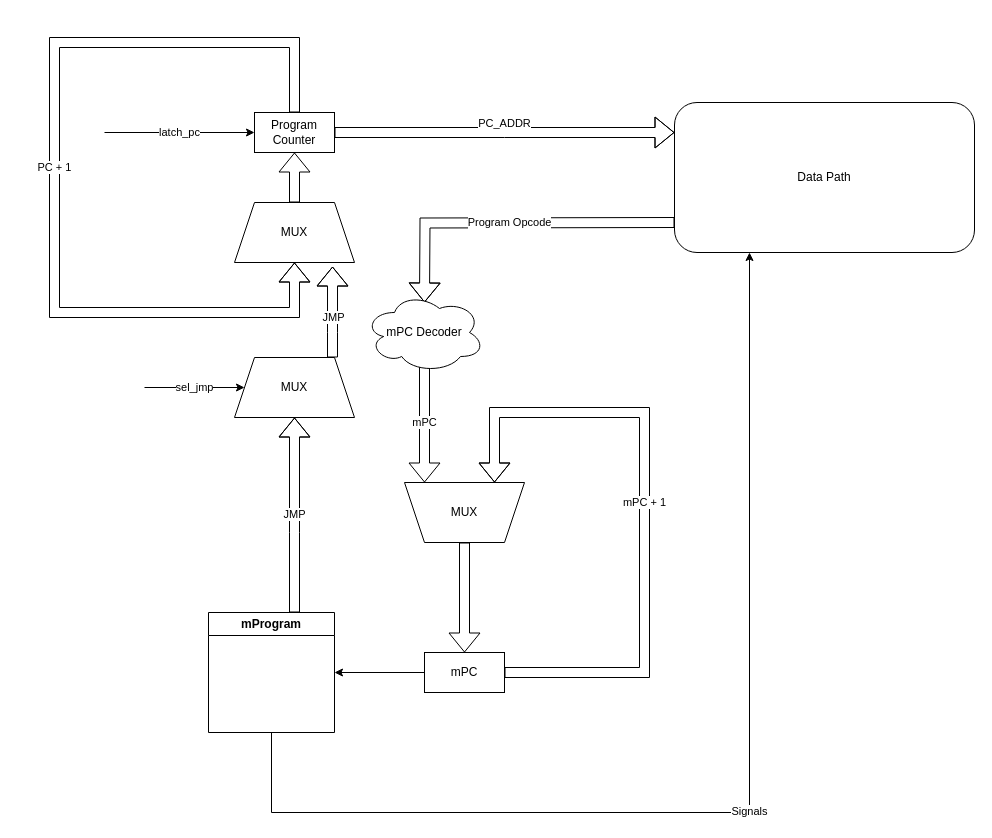
Earlier version of the draw.io diagram docs/schemes/cu.drawio (FEgor04/csa-lab3). Source tidied: cells renumbered, new cells numbered last; positions are measured from the earlier drawing's top-left corner, leaving out a move shared by most shapes. Both pictures are drawn from the tidied source at 100%, with x=0, y=0 at pixel (54, 42).
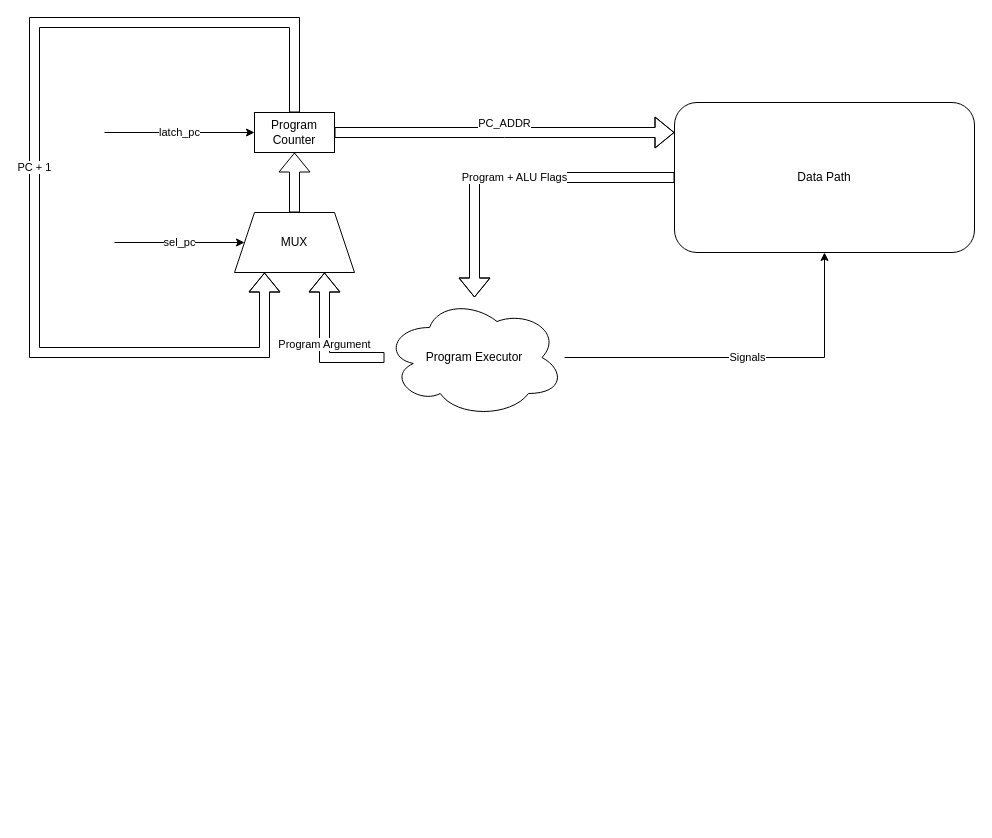
The same page after the edit.

Commit message (it also covers changes not shown here):
feat: add CU & Datapath schemes

The change refers to these unchanged cells:
```xml
<mxCell id="4" value="Program Counter" style="rounded=0;whiteSpace=wrap;html=1;" parent="1" vertex="1">
  <mxGeometry x="200" y="70" width="80" height="40" as="geometry" />
</mxCell>
<mxCell id="6" value="Data Path" style="rounded=1;whiteSpace=wrap;html=1;" parent="1" vertex="1">
  <mxGeometry x="620" y="60" width="300" height="150" as="geometry" />
</mxCell>
```

Diff of the diagram source:
```diff
@@
-    <mxCell id="3" value="PC + 1" style="edgeStyle=orthogonalEdgeStyle;rounded=0;jettySize=auto;html=1;entryX=0.5;entryY=1;entryDx=0;entryDy=0;shape=flexArrow;" parent="1" edge="1" source="4" target="21">
+    <mxCell id="3" value="PC + 1" style="edgeStyle=orthogonalEdgeStyle;rounded=0;jettySize=auto;html=1;shape=flexArrow;entryX=0.25;entryY=1;entryDx=0;entryDy=0;" parent="1" edge="1" source="4" target="28">
       <mxGeometry relative="1" as="geometry">
         <Array as="points">
-          <mxPoint x="240" />
-          <mxPoint />
-          <mxPoint y="270" />
-          <mxPoint x="240" y="270" />
+          <mxPoint x="240" y="-20" />
+          <mxPoint x="-20" y="-20" />
+          <mxPoint x="-20" y="310" />
+          <mxPoint x="210" y="310" />
         </Array>
       </mxGeometry>
     </mxCell>
@@
-    <mxCell id="5" value="Program Opcode" style="edgeStyle=orthogonalEdgeStyle;rounded=0;orthogonalLoop=1;jettySize=auto;html=1;shape=flexArrow;exitX=0.007;exitY=0.928;exitDx=0;exitDy=0;exitPerimeter=0;" parent="1" edge="1">
-      <mxGeometry relative="1" as="geometry">
-        <mxPoint x="620" y="180" as="sourcePoint" />
-        <mxPoint x="370" y="260" as="targetPoint" />
-      </mxGeometry>
-    </mxCell>
+    <mxCell id="24" value="Program + ALU Flags" style="edgeStyle=orthogonalEdgeStyle;rounded=0;jettySize=auto;html=1;shape=flexArrow;" parent="1" edge="1" source="6" target="26">
+      <mxGeometry relative="1" as="geometry" />
+    </mxCell>
@@
-    <mxCell id="7" value="mPC" style="edgeStyle=orthogonalEdgeStyle;rounded=0;orthogonalLoop=1;jettySize=auto;html=1;shape=flexArrow;" parent="1" edge="1">
-      <mxGeometry relative="1" as="geometry">
-        <mxPoint x="370" y="320" as="sourcePoint" />
-        <mxPoint x="370" y="440" as="targetPoint" />
-      </mxGeometry>
-    </mxCell>
-    <mxCell id="8" style="edgeStyle=orthogonalEdgeStyle;rounded=0;jettySize=auto;html=1;shape=flexArrow;" parent="1" edge="1" source="9" target="13">
-      <mxGeometry relative="1" as="geometry" />
-    </mxCell>
-    <mxCell id="9" value="MUX" style="shape=trapezoid;perimeter=trapezoidPerimeter;whiteSpace=wrap;html=1;fixedSize=1;direction=east;flipH=1;flipV=1;" parent="1" vertex="1">
-      <mxGeometry x="350" y="440" width="120" height="60" as="geometry" />
-    </mxCell>
-    <mxCell id="10" value="mPC Decoder" style="ellipse;shape=cloud;whiteSpace=wrap;html=1;" parent="1" vertex="1">
-      <mxGeometry x="310" y="250" width="120" height="80" as="geometry" />
-    </mxCell>
-    <mxCell id="11" style="edgeStyle=orthogonalEdgeStyle;rounded=0;jettySize=auto;html=1;" parent="1" edge="1" source="13" target="16">
-      <mxGeometry relative="1" as="geometry" />
-    </mxCell>
-    <mxCell id="12" value="mPC + 1" style="edgeStyle=orthogonalEdgeStyle;rounded=0;jettySize=auto;html=1;shape=flexArrow;entryX=0.75;entryY=0;entryDx=0;entryDy=0;" parent="1" edge="1" source="13" target="9">
-      <mxGeometry relative="1" as="geometry">
-        <Array as="points">
-          <mxPoint x="590" y="630" />
-          <mxPoint x="590" y="370" />
-          <mxPoint x="440" y="370" />
-        </Array>
-      </mxGeometry>
-    </mxCell>
-    <mxCell id="13" value="mPC" style="rounded=0;whiteSpace=wrap;html=1;" parent="1" vertex="1">
-      <mxGeometry x="370" y="610" width="80" height="40" as="geometry" />
-    </mxCell>
+    <mxCell id="18" value="latch_pc" style="endArrow=classic;html=1;rounded=0;entryX=0;entryY=0.5;entryDx=0;entryDy=0;" parent="1" edge="1" target="4">
+      <mxGeometry relative="1" as="geometry">
+        <mxPoint x="50" y="90" as="sourcePoint" />
+      </mxGeometry>
+    </mxCell>
-    <mxCell id="14" value="Signals" style="edgeStyle=orthogonalEdgeStyle;rounded=0;jettySize=auto;html=1;entryX=0.25;entryY=1;entryDx=0;entryDy=0;" parent="1" edge="1" source="16" target="6">
-      <mxGeometry relative="1" as="geometry">
-        <Array as="points">
-          <mxPoint x="217" y="770" />
-          <mxPoint x="695" y="770" />
-        </Array>
-      </mxGeometry>
+    <mxCell id="14" value="Signals" style="edgeStyle=orthogonalEdgeStyle;rounded=0;jettySize=auto;html=1;entryX=0.5;entryY=1;entryDx=0;entryDy=0;" parent="1" edge="1" source="26" target="6">
+      <mxGeometry relative="1" as="geometry" />
     </mxCell>
-    <mxCell id="15" value="JMP" style="edgeStyle=orthogonalEdgeStyle;rounded=0;jettySize=auto;html=1;entryX=0.5;entryY=1;entryDx=0;entryDy=0;shape=flexArrow;" parent="1" edge="1" source="16" target="17">
-      <mxGeometry relative="1" as="geometry">
-        <Array as="points">
-          <mxPoint x="240" y="490" />
-          <mxPoint x="240" y="490" />
-        </Array>
-      </mxGeometry>
-    </mxCell>
-    <mxCell id="16" value="mProgram" style="swimlane;whiteSpace=wrap;html=1;" parent="1" vertex="1">
-      <mxGeometry x="154" y="570" width="126" height="120" as="geometry" />
-    </mxCell>
-    <mxCell id="17" value="MUX" style="shape=trapezoid;perimeter=trapezoidPerimeter;whiteSpace=wrap;html=1;fixedSize=1;direction=east;flipH=1;flipV=0;" parent="1" vertex="1">
-      <mxGeometry x="180" y="315" width="120" height="60" as="geometry" />
-    </mxCell>
-    <mxCell id="18" value="latch_pc" style="endArrow=classic;html=1;rounded=0;entryX=0;entryY=0.5;entryDx=0;entryDy=0;" parent="1" edge="1" target="4">
-      <mxGeometry relative="1" as="geometry">
-        <mxPoint x="50" y="90" as="sourcePoint" />
-      </mxGeometry>
-    </mxCell>
-    <mxCell id="19" value="sel_jmp" style="endArrow=classic;html=1;rounded=0;entryX=0;entryY=0.5;entryDx=0;entryDy=0;" parent="1" edge="1" target="17">
-      <mxGeometry relative="1" as="geometry">
-        <mxPoint x="90" y="345" as="sourcePoint" />
-      </mxGeometry>
-    </mxCell>
-    <mxCell id="20" style="edgeStyle=orthogonalEdgeStyle;rounded=0;jettySize=auto;html=1;entryX=0.5;entryY=1;entryDx=0;entryDy=0;shape=flexArrow;" parent="1" edge="1" source="21" target="4">
-      <mxGeometry relative="1" as="geometry" />
-    </mxCell>
-    <mxCell id="21" value="MUX" style="shape=trapezoid;perimeter=trapezoidPerimeter;whiteSpace=wrap;html=1;fixedSize=1;direction=east;flipH=1;flipV=0;" parent="1" vertex="1">
-      <mxGeometry x="180" y="160" width="120" height="60" as="geometry" />
-    </mxCell>
-    <mxCell id="22" style="edgeStyle=orthogonalEdgeStyle;rounded=0;jettySize=auto;html=1;entryX=0.183;entryY=1.067;entryDx=0;entryDy=0;entryPerimeter=0;shape=flexArrow;" parent="1" edge="1" source="17" target="21">
-      <mxGeometry relative="1" as="geometry">
-        <Array as="points">
-          <mxPoint x="278" y="290" />
-          <mxPoint x="278" y="290" />
-        </Array>
-      </mxGeometry>
-    </mxCell>
-    <mxCell id="23" value="JMP" style="edgeLabel;html=1;align=center;verticalAlign=middle;" parent="22" vertex="1">
-      <mxGeometry x="-0.09" relative="1" as="geometry" />
-    </mxCell>
+    <mxCell id="25" value="Program Argument" style="edgeStyle=orthogonalEdgeStyle;rounded=0;jettySize=auto;html=1;entryX=0.75;entryY=1;entryDx=0;entryDy=0;shape=flexArrow;" parent="1" edge="1" source="26" target="28">
+      <mxGeometry relative="1" as="geometry" />
+    </mxCell>
+    <mxCell id="26" value="Program Executor" style="ellipse;shape=cloud;whiteSpace=wrap;html=1;" parent="1" vertex="1">
+      <mxGeometry x="330" y="255" width="180" height="120" as="geometry" />
+    </mxCell>
+    <mxCell id="27" style="edgeStyle=orthogonalEdgeStyle;rounded=0;jettySize=auto;html=1;shape=flexArrow;" parent="1" edge="1" source="28" target="4">
+      <mxGeometry relative="1" as="geometry" />
+    </mxCell>
+    <mxCell id="28" value="MUX" style="shape=trapezoid;perimeter=trapezoidPerimeter;whiteSpace=wrap;html=1;fixedSize=1;" parent="1" vertex="1">
+      <mxGeometry x="180" y="170" width="120" height="60" as="geometry" />
+    </mxCell>
+    <mxCell id="29" value="sel_pc" style="endArrow=classic;html=1;rounded=0;entryX=0;entryY=0.5;entryDx=0;entryDy=0;" parent="1" edge="1" target="28">
+      <mxGeometry relative="1" as="geometry">
+        <mxPoint x="60" y="200" as="sourcePoint" />
+      </mxGeometry>
+    </mxCell>
```
